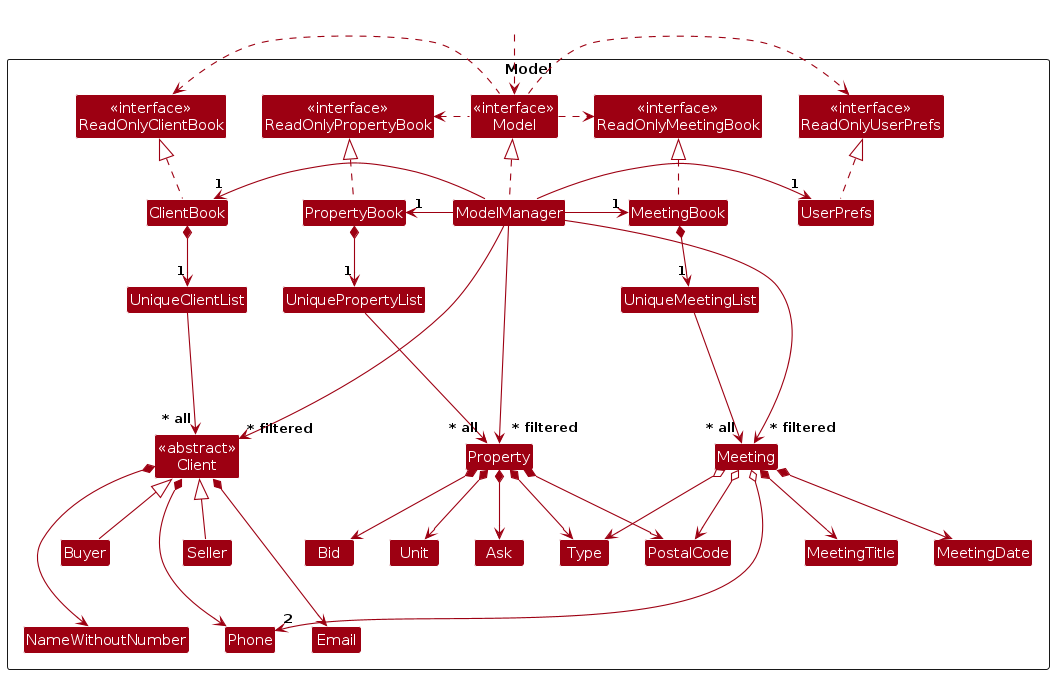
Earlier version of the PlantUML export diagrams/ModelClassDiagram.png (AY2425S1-CS2103T-T16-2/tp). Its source is kept beside it as diagrams/ModelClassDiagram.puml.
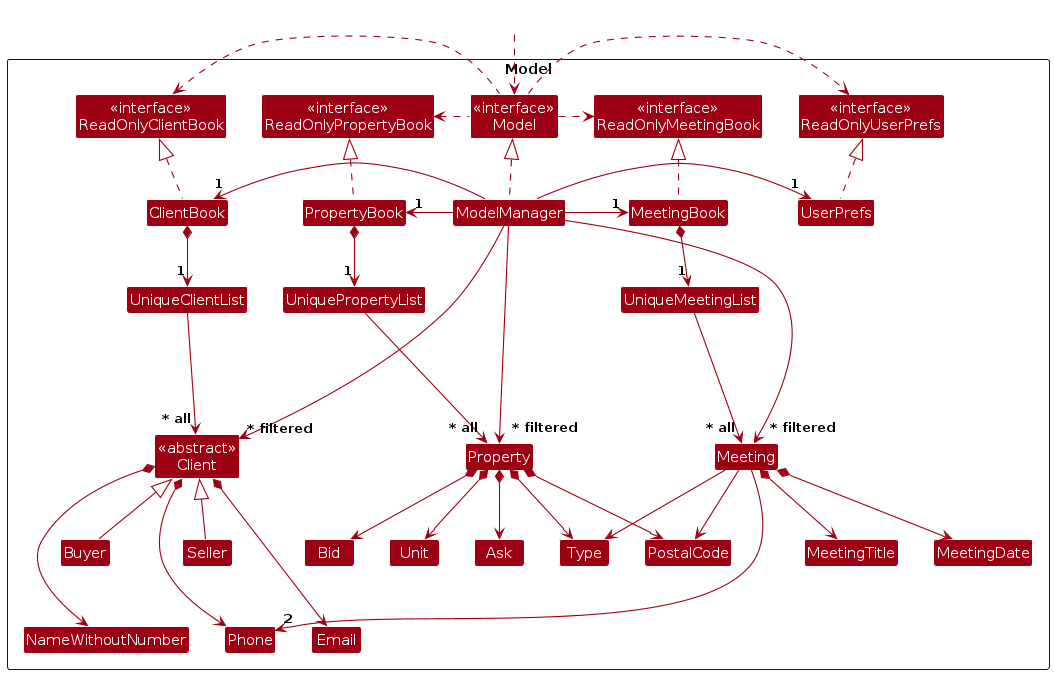
Above is the later version.

Diff of the diagram source:
```diff
@@ -72,9 +72,9 @@
 Property *--> Bid
 Meeting *--> MeetingTitle
 Meeting *--> MeetingDate
-Meeting o---> "2" Phone
-Meeting o--> Type
-Meeting o--> PostalCode
+Meeting ---> "2" Phone
+Meeting --> Type
+Meeting --> PostalCode
 
 Client <|-- Buyer
 Client <|-- Seller
```
